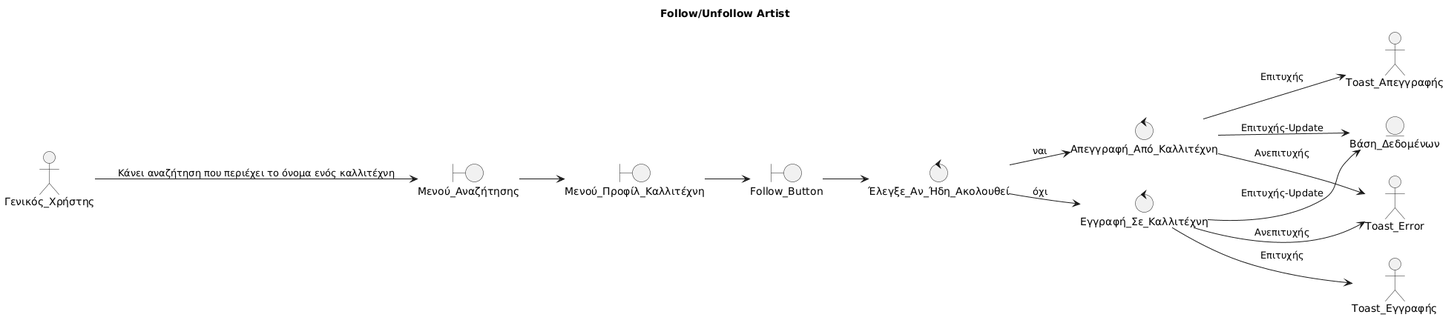
This is Paradoteo_3/RobustnessDiagrams/FollowUnfollowArtist.png from RubenKingCP/Namify, a PlantUML export, as it was before one commit. Source of this version:
```plantuml
@startuml
title Follow/Unfollow Artist

left to right direction

skinparam shadowing false
skinparam roundcorner 10


actor Γενικός_Χρήστης


boundary Μενού_Αναζήτησης
boundary Μενού_Προφίλ_Καλλιτέχνη
boundary Follow_Button


control Έλεγξε_Αν_Ήδη_Ακολουθεί
control Απεγγραφή_Από_Καλλιτέχνη
control Εγγραφή_Σε_Καλλιτέχνη


entity Βάση_Δεδομένων


Γενικός_Χρήστης --> Μενού_Αναζήτησης: Κάνει αναζήτηση που περιέχει το όνομα ενός καλλιτέχνη
Μενού_Αναζήτησης --> Μενού_Προφίλ_Καλλιτέχνη
Μενού_Προφίλ_Καλλιτέχνη --> Follow_Button

Follow_Button --> Έλεγξε_Αν_Ήδη_Ακολουθεί
Έλεγξε_Αν_Ήδη_Ακολουθεί --> Απεγγραφή_Από_Καλλιτέχνη : ναι
Έλεγξε_Αν_Ήδη_Ακολουθεί --> Εγγραφή_Σε_Καλλιτέχνη : όχι
Απεγγραφή_Από_Καλλιτέχνη --> Βάση_Δεδομένων : Επιτυχής-Update
Εγγραφή_Σε_Καλλιτέχνη --> Βάση_Δεδομένων : Επιτυχής-Update
Εγγραφή_Σε_Καλλιτέχνη --> Toast_Εγγραφής : Επιτυχής
Απεγγραφή_Από_Καλλιτέχνη --> Toast_Απεγγραφής : Επιτυχής
Εγγραφή_Σε_Καλλιτέχνη --> Toast_Error : Ανεπιτυχής
Απεγγραφή_Από_Καλλιτέχνη --> Toast_Error : Ανεπιτυχής
@enduml
```
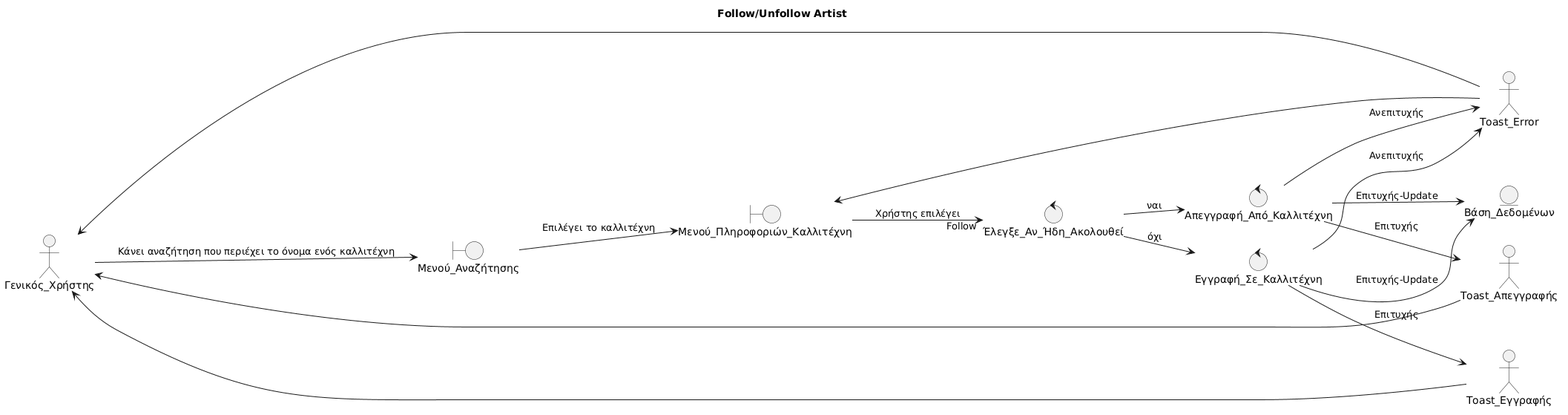
After the commit.

Commit message:
FollowUnfollow Updated, CreatePlaylist Updated, added to use Cased v4

What changed in the source:
```diff
@@ -11,8 +11,7 @@
 
 
 boundary Μενού_Αναζήτησης
-boundary Μενού_Προφίλ_Καλλιτέχνη
-boundary Follow_Button
+boundary Μενού_Πληροφοριών_Καλλιτέχνη
 
 
 control Έλεγξε_Αν_Ήδη_Ακολουθεί
@@ -24,10 +23,8 @@
 
 
 Γενικός_Χρήστης --> Μενού_Αναζήτησης: Κάνει αναζήτηση που περιέχει το όνομα ενός καλλιτέχνη
-Μενού_Αναζήτησης --> Μενού_Προφίλ_Καλλιτέχνη
-Μενού_Προφίλ_Καλλιτέχνη --> Follow_Button
-
-Follow_Button --> Έλεγξε_Αν_Ήδη_Ακολουθεί
+Μενού_Αναζήτησης --> Μενού_Πληροφοριών_Καλλιτέχνη : Επιλέγει το καλλιτέχνη
+Μενού_Πληροφοριών_Καλλιτέχνη --> Έλεγξε_Αν_Ήδη_Ακολουθεί : Χρήστης επιλέγει "Follow"
 Έλεγξε_Αν_Ήδη_Ακολουθεί --> Απεγγραφή_Από_Καλλιτέχνη : ναι
 Έλεγξε_Αν_Ήδη_Ακολουθεί --> Εγγραφή_Σε_Καλλιτέχνη : όχι
 Απεγγραφή_Από_Καλλιτέχνη --> Βάση_Δεδομένων : Επιτυχής-Update
@@ -36,4 +33,8 @@
 Απεγγραφή_Από_Καλλιτέχνη --> Toast_Απεγγραφής : Επιτυχής
 Εγγραφή_Σε_Καλλιτέχνη --> Toast_Error : Ανεπιτυχής
 Απεγγραφή_Από_Καλλιτέχνη --> Toast_Error : Ανεπιτυχής
+Toast_Error --> Γενικός_Χρήστης
+Toast_Error --> Μενού_Πληροφοριών_Καλλιτέχνη
+Toast_Απεγγραφής --> Γενικός_Χρήστης
+Toast_Εγγραφής --> Γενικός_Χρήστης
 @enduml
```
